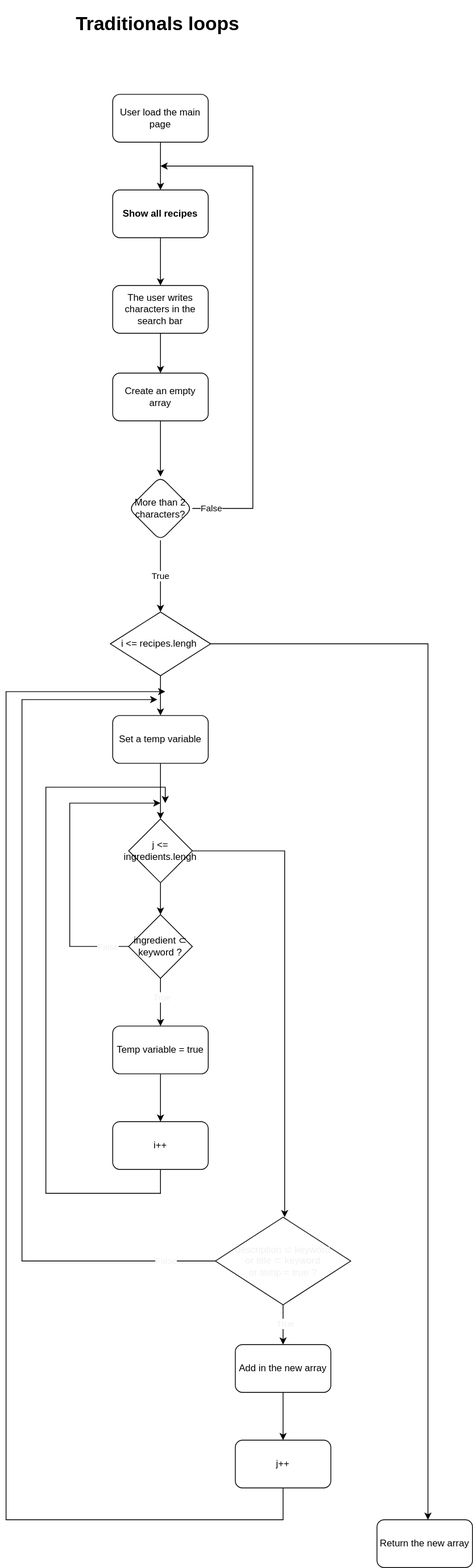
Earlier version of the draw.io export filterByKeyword.svg (nitatemic/Les-Petits-Plats_Alexandre_de_lemeny_makedone_202207). Source tidied: cells renumbered, new cells last; positions are measured from the earlier drawing's top-left corner, leaving out a move shared by most shapes.
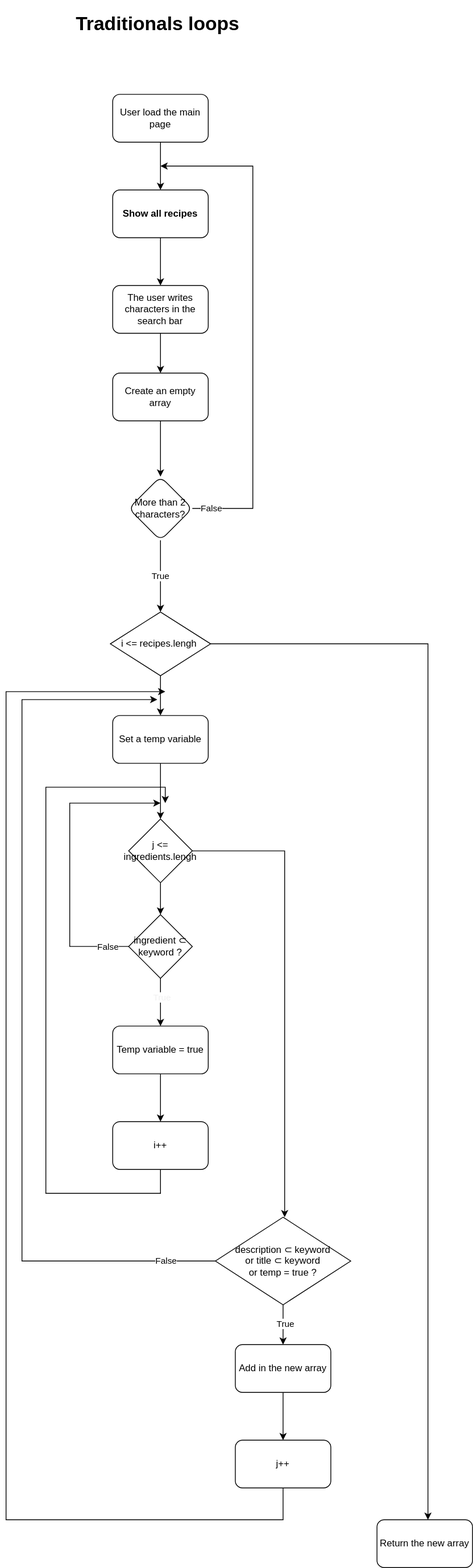
After the change.

Commit message:
Mettre à jour filterByKeyword.svg

Change to the diagram source:
```diff
@@ -105,7 +105,7 @@
         </Array>
       </mxGeometry>
     </mxCell>
-    <mxCell id="29" value="False" style="edgeLabel;html=1;align=center;verticalAlign=middle;fontColor=#F0F0F0;" parent="28" vertex="1">
+    <mxCell id="29" value="&lt;font color=&quot;#000000&quot;&gt;False&lt;/font&gt;" style="edgeLabel;html=1;align=center;verticalAlign=middle;fontColor=#F0F0F0;" parent="28" vertex="1">
       <mxGeometry x="-0.85" relative="1" as="geometry" />
     </mxCell>
     <mxCell id="30" value="ingredient&amp;nbsp;&lt;span style=&quot;text-align: left;&quot;&gt;⊂ keyword ?&lt;/span&gt;" style="rhombus;whiteSpace=wrap;html=1;" parent="1" vertex="1">
@@ -117,7 +117,7 @@
         <mxPoint x="348" y="1678" as="targetPoint" />
       </mxGeometry>
     </mxCell>
-    <mxCell id="32" value="True" style="edgeLabel;html=1;align=center;verticalAlign=middle;fontColor=#F0F0F0;" parent="31" vertex="1">
+    <mxCell id="32" value="True" style="edgeLabel;html=1;align=center;verticalAlign=middle;fontColor=#000000;" parent="31" vertex="1">
       <mxGeometry x="0.33" y="2" relative="1" as="geometry" />
     </mxCell>
     <mxCell id="33" style="edgeStyle=orthogonalEdgeStyle;rounded=0;orthogonalLoop=1;jettySize=auto;html=1;fontColor=#FFFFFF;" parent="1" edge="1">
@@ -167,10 +167,10 @@
         </Array>
       </mxGeometry>
     </mxCell>
-    <mxCell id="40" value="False" style="edgeLabel;html=1;align=center;verticalAlign=middle;fontColor=#F0F0F0;" parent="39" vertex="1">
+    <mxCell id="40" value="&lt;font color=&quot;#000000&quot;&gt;False&lt;/font&gt;" style="edgeLabel;html=1;align=center;verticalAlign=middle;fontColor=#F0F0F0;" parent="39" vertex="1">
       <mxGeometry x="-0.89" y="-1" relative="1" as="geometry" />
     </mxCell>
-    <mxCell id="41" value="description ⊂ keyword &lt;br&gt;or title ⊂ keyword&lt;br&gt;or temp = true ?" style="rhombus;whiteSpace=wrap;html=1;labelBackgroundColor=none;fontColor=#F0F0F0;fillColor=default;" parent="1" vertex="1">
+    <mxCell id="41" value="&lt;font color=&quot;#000000&quot;&gt;description ⊂ keyword &lt;br&gt;or title ⊂ keyword&lt;br&gt;or temp = true ?&lt;/font&gt;" style="rhombus;whiteSpace=wrap;html=1;labelBackgroundColor=none;fontColor=#F0F0F0;fillColor=default;" parent="1" vertex="1">
       <mxGeometry x="263" y="1518" width="170" height="110" as="geometry" />
     </mxCell>
   </root>
```
